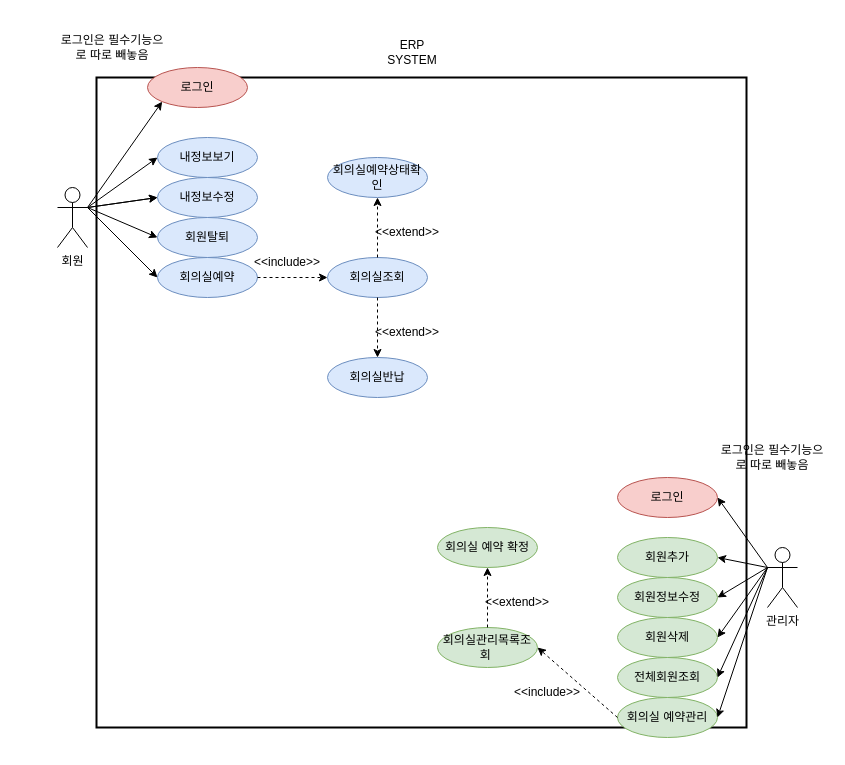
The draw.io diagram resources/제목 없는 다이어그램.drawio in dglimmm/gitProject, before the edit. Source tidied: cells renumbered, new cells numbered last; positions are measured from the earlier drawing's top-left corner, leaving out a move shared by most shapes. Both pictures are drawn from the tidied source at 100%, with x=0, y=0 at pixel (57, 17).
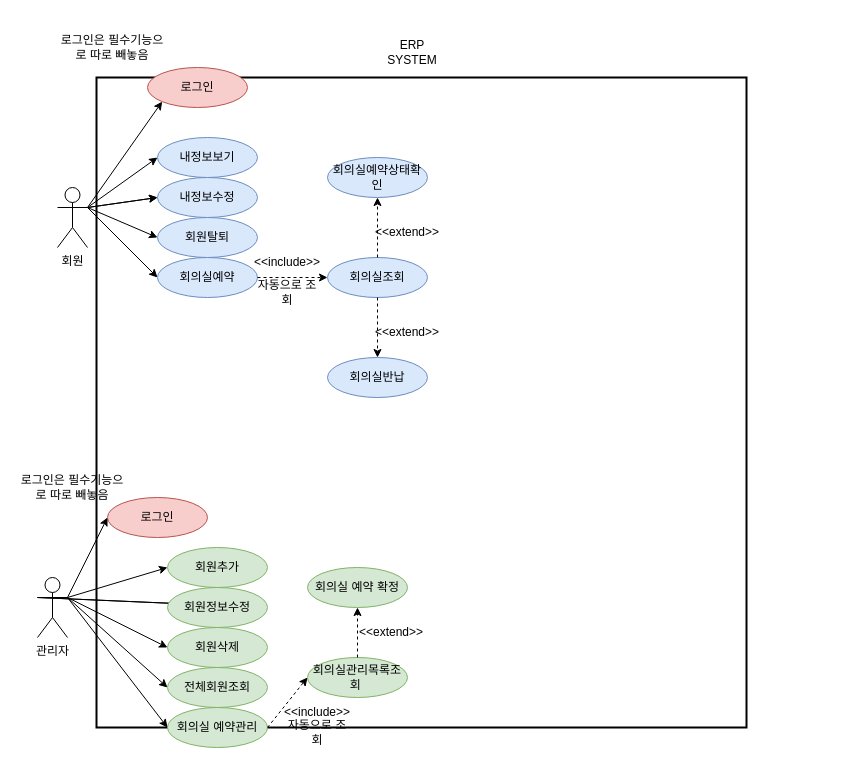
After the change.

Commit message:
ERP유스케이스.drawio

Diff of the diagram source:
```diff
@@
     <mxCell id="3" value="관리자" style="shape=umlActor;verticalLabelPosition=bottom;verticalAlign=top;html=1;outlineConnect=0;" parent="1" vertex="1">
-      <mxGeometry x="710" y="530" width="30" height="60" as="geometry" />
+      <mxGeometry x="-20" y="560" width="30" height="60" as="geometry" />
     </mxCell>
@@
     <mxCell id="10" value="회원추가" style="ellipse;whiteSpace=wrap;html=1;fillColor=#d5e8d4;strokeColor=#82b366;" parent="1" vertex="1">
-      <mxGeometry x="560" y="520" width="100" height="40" as="geometry" />
+      <mxGeometry x="110" y="530" width="100" height="40" as="geometry" />
     </mxCell>
-    <mxCell id="11" value="회원정보수정" style="ellipse;whiteSpace=wrap;html=1;fillColor=#d5e8d4;strokeColor=#82b366;" parent="1" vertex="1">
-      <mxGeometry x="560" y="560" width="100" height="40" as="geometry" />
-    </mxCell>
     <mxCell id="12" value="회원삭제" style="ellipse;whiteSpace=wrap;html=1;fillColor=#d5e8d4;strokeColor=#82b366;" parent="1" vertex="1">
-      <mxGeometry x="560" y="600" width="100" height="40" as="geometry" />
+      <mxGeometry x="110" y="610" width="100" height="40" as="geometry" />
     </mxCell>
     <mxCell id="13" value="전체회원조회" style="ellipse;whiteSpace=wrap;html=1;fillColor=#d5e8d4;strokeColor=#82b366;" parent="1" vertex="1">
-      <mxGeometry x="560" y="640" width="100" height="40" as="geometry" />
+      <mxGeometry x="110" y="650" width="100" height="40" as="geometry" />
     </mxCell>
     <mxCell id="14" value="회의실 예약관리" style="ellipse;whiteSpace=wrap;html=1;fillColor=#d5e8d4;strokeColor=#82b366;" parent="1" vertex="1">
-      <mxGeometry x="560" y="680" width="100" height="40" as="geometry" />
+      <mxGeometry x="110" y="690" width="100" height="40" as="geometry" />
     </mxCell>
@@
     <mxCell id="18" value="회의실관리목록조회&amp;nbsp;" style="ellipse;whiteSpace=wrap;html=1;fillColor=#d5e8d4;strokeColor=#82b366;" parent="1" vertex="1">
-      <mxGeometry x="380" y="610" width="100" height="40" as="geometry" />
+      <mxGeometry x="250" y="640" width="100" height="40" as="geometry" />
     </mxCell>
     <mxCell id="19" value="회의실 예약 확정" style="ellipse;whiteSpace=wrap;html=1;fillColor=#d5e8d4;strokeColor=#82b366;" parent="1" vertex="1">
-      <mxGeometry x="380" y="510" width="100" height="40" as="geometry" />
+      <mxGeometry x="250" y="550" width="100" height="40" as="geometry" />
     </mxCell>
     <mxCell id="20" value="로그인" style="ellipse;whiteSpace=wrap;html=1;fillColor=#f8cecc;strokeColor=#b85450;" parent="1" vertex="1">
-      <mxGeometry x="560" y="460" width="100" height="40" as="geometry" />
+      <mxGeometry x="50" y="480" width="100" height="40" as="geometry" />
     </mxCell>
-    <mxCell id="21" style="endArrow=classic;html=1;rounded=0;exitX=0;exitY=0.3333333333333333;exitDx=0;exitDy=0;exitPerimeter=0;entryX=1;entryY=0.5;entryDx=0;entryDy=0;" parent="1" edge="1" source="3" target="20">
-      <mxGeometry relative="1" as="geometry" />
+    <mxCell id="21" style="endArrow=classic;html=1;rounded=0;entryX=0;entryY=0.5;entryDx=0;entryDy=0;" parent="1" edge="1" target="20">
+      <mxGeometry relative="1" as="geometry">
+        <mxPoint x="10" y="580" as="sourcePoint" />
+      </mxGeometry>
     </mxCell>
     <mxCell id="22" value="로그인은 필수기능으로 따로 빼놓음" style="text;html=1;strokeColor=none;fillColor=none;align=center;verticalAlign=middle;whiteSpace=wrap;rounded=0;" parent="1" vertex="1">
-      <mxGeometry x="660" y="410" width="110" height="60" as="geometry" />
+      <mxGeometry x="-40" y="440" width="110" height="60" as="geometry" />
     </mxCell>
@@
-    <mxCell id="34" style="endArrow=classic;html=1;rounded=0;exitX=0;exitY=0.3333333333333333;exitDx=0;exitDy=0;exitPerimeter=0;entryX=1;entryY=0.5;entryDx=0;entryDy=0;" parent="1" edge="1" source="3" target="10">
-      <mxGeometry relative="1" as="geometry" />
+    <mxCell id="34" style="endArrow=classic;html=1;rounded=0;entryX=0;entryY=0.5;entryDx=0;entryDy=0;" parent="1" edge="1" target="10">
+      <mxGeometry relative="1" as="geometry">
+        <mxPoint x="10" y="580" as="sourcePoint" />
+      </mxGeometry>
     </mxCell>
@@
-    <mxCell id="36" style="endArrow=classic;html=1;rounded=0;exitX=0;exitY=0.3333333333333333;exitDx=0;exitDy=0;exitPerimeter=0;entryX=1;entryY=0.5;entryDx=0;entryDy=0;" parent="1" edge="1" source="3" target="12">
+    <mxCell id="36" style="endArrow=classic;html=1;rounded=0;exitX=1;exitY=0.3333333333333333;exitDx=0;exitDy=0;exitPerimeter=0;entryX=0;entryY=0.5;entryDx=0;entryDy=0;" parent="1" edge="1" source="3" target="12">
       <mxGeometry relative="1" as="geometry" />
     </mxCell>
-    <mxCell id="37" style="endArrow=classic;html=1;rounded=0;exitX=0;exitY=0.3333333333333333;exitDx=0;exitDy=0;exitPerimeter=0;entryX=1;entryY=0.5;entryDx=0;entryDy=0;" parent="1" edge="1" source="3" target="13">
+    <mxCell id="37" style="endArrow=classic;html=1;rounded=0;exitX=1;exitY=0.3333333333333333;exitDx=0;exitDy=0;exitPerimeter=0;entryX=0;entryY=0.5;entryDx=0;entryDy=0;" parent="1" edge="1" source="3" target="13">
       <mxGeometry relative="1" as="geometry" />
     </mxCell>
-    <mxCell id="38" style="endArrow=classic;html=1;rounded=0;exitX=0;exitY=0.3333333333333333;exitDx=0;exitDy=0;exitPerimeter=0;entryX=1;entryY=0.5;entryDx=0;entryDy=0;" parent="1" edge="1" source="3" target="14">
+    <mxCell id="38" style="endArrow=classic;html=1;rounded=0;exitX=1;exitY=0.3333333333333333;exitDx=0;exitDy=0;exitPerimeter=0;entryX=0;entryY=0.5;entryDx=0;entryDy=0;" parent="1" edge="1" source="3" target="14">
       <mxGeometry relative="1" as="geometry" />
     </mxCell>
@@
-    <mxCell id="42" style="endArrow=classic;html=1;rounded=0;entryX=1;entryY=0.5;entryDx=0;entryDy=0;exitX=0;exitY=0.5;exitDx=0;exitDy=0;dashed=1;" parent="1" edge="1" source="14" target="18">
+    <mxCell id="42" style="endArrow=classic;html=1;rounded=0;entryX=0;entryY=0.5;entryDx=0;entryDy=0;exitX=1;exitY=0.5;exitDx=0;exitDy=0;dashed=1;" parent="1" edge="1" source="14" target="18">
       <mxGeometry relative="1" as="geometry" />
     </mxCell>
     <mxCell id="43" value="&amp;lt;&amp;lt;include&amp;gt;&amp;gt;" style="text;html=1;strokeColor=none;fillColor=none;align=center;verticalAlign=middle;whiteSpace=wrap;rounded=0;" parent="1" vertex="1">
-      <mxGeometry x="460" y="660" width="60" height="30" as="geometry" />
+      <mxGeometry x="230" y="680" width="60" height="30" as="geometry" />
     </mxCell>
@@
     <mxCell id="45" value="&amp;lt;&amp;lt;extend&amp;gt;&amp;gt;" style="text;html=1;strokeColor=none;fillColor=none;align=center;verticalAlign=middle;whiteSpace=wrap;rounded=0;rotation=0;" parent="1" vertex="1">
-      <mxGeometry x="430" y="570" width="60" height="30" as="geometry" />
+      <mxGeometry x="304" y="600" width="60" height="30" as="geometry" />
     </mxCell>
+    <mxCell id="46" style="endArrow=classic;html=1;rounded=0;exitX=0;exitY=0.3333333333333333;exitDx=0;exitDy=0;exitPerimeter=0;entryX=1;entryY=0.5;entryDx=0;entryDy=0;" parent="1" edge="1" source="3" target="11">
+      <mxGeometry relative="1" as="geometry" />
+    </mxCell>
+    <mxCell id="11" value="회원정보수정" style="ellipse;whiteSpace=wrap;html=1;fillColor=#d5e8d4;strokeColor=#82b366;" parent="1" vertex="1">
+      <mxGeometry x="110" y="570" width="100" height="40" as="geometry" />
+    </mxCell>
+    <mxCell id="47" value="자동으로 조회" style="text;html=1;strokeColor=none;fillColor=none;align=center;verticalAlign=middle;whiteSpace=wrap;rounded=0;" parent="1" vertex="1">
+      <mxGeometry x="195" y="260" width="70" height="30" as="geometry" />
+    </mxCell>
+    <mxCell id="48" value="자동으로 조회" style="text;html=1;strokeColor=none;fillColor=none;align=center;verticalAlign=middle;whiteSpace=wrap;rounded=0;" parent="1" vertex="1">
+      <mxGeometry x="225" y="700" width="70" height="30" as="geometry" />
+    </mxCell>
```
